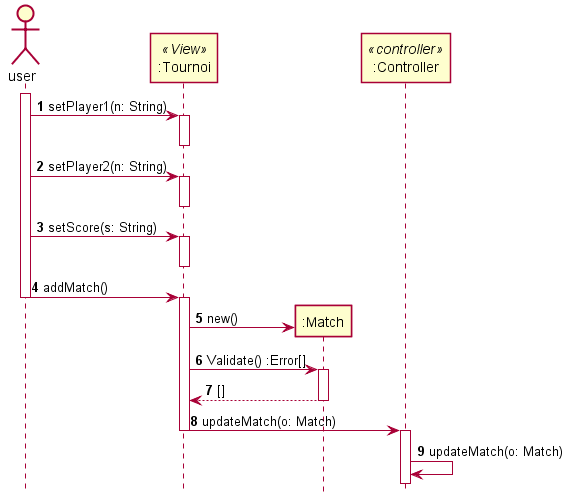
The PlantUML diagram ANC3-Diagramme/UC_UPD_MATCH/SD_UPD_MATCH.png in MatildeGr/Java-Tournament-Management, before a commit.
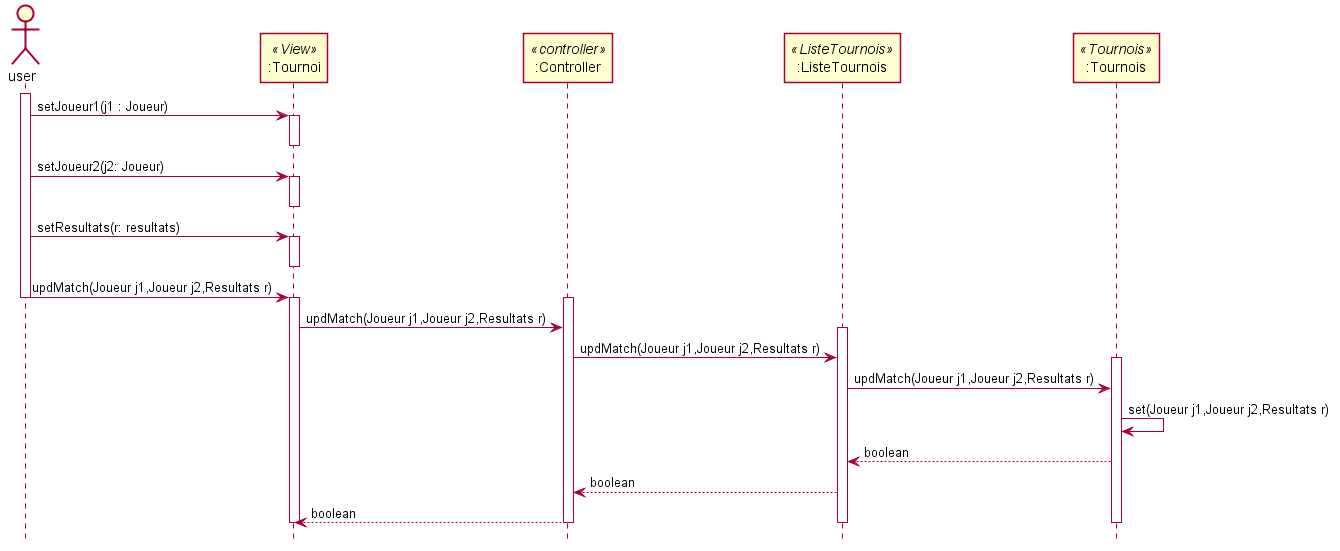
After the commit.

Diff of the diagram source:
```diff
@@ -1,34 +1,38 @@
 @startuml SD_UPD_MATCH
-autonumber
 hide footbox
 skinparam shadowing false
 actor user as u
 participant ":Tournoi" as v <<View>>
-participant ":Match" as m
 participant ":Controller" as c <<controller>>
+participant ":ListeTournois" as lt <<ListeTournois>>
+participant ":Tournois" as t <<Tournois>>
 
 
 activate u
-u -> v :setPlayer1(n: String)
+u -> v :setJoueur1(j1 : Joueur)
 activate v
 deactivate v
-u -> v :setPlayer2(n: String)
+u -> v :setJoueur2(j2: Joueur)
 activate v
 deactivate v
-u -> v :setScore(s: String)
+u -> v :setResultats(r: resultats)
 activate v
 deactivate v
-u -> v : addMatch()
+u -> v : updMatch(Joueur j1,Joueur j2,Resultats r)
 deactivate u
 activate v
-create m
-v -> m :new()
-v -> m :Validate() :Error[]
-activate m
-m --> v :[]
-deactivate m
-v -> c :updateMatch(o: Match)
+activate c
+v -> c : updMatch(Joueur j1,Joueur j2,Resultats r)
+activate lt
+c -> lt : updMatch(Joueur j1,Joueur j2,Resultats r)
+activate t
+lt -> t :updMatch(Joueur j1,Joueur j2,Resultats r)
+t -> t : set(Joueur j1,Joueur j2,Resultats r)
+t --> lt : boolean
+lt --> c : boolean
+c --> v : boolean
 deactivate v
-activate c
-c -> c : updateMatch(o: Match)
+deactivate lt
+deactivate t
+deactivate c
 @enduml
```
